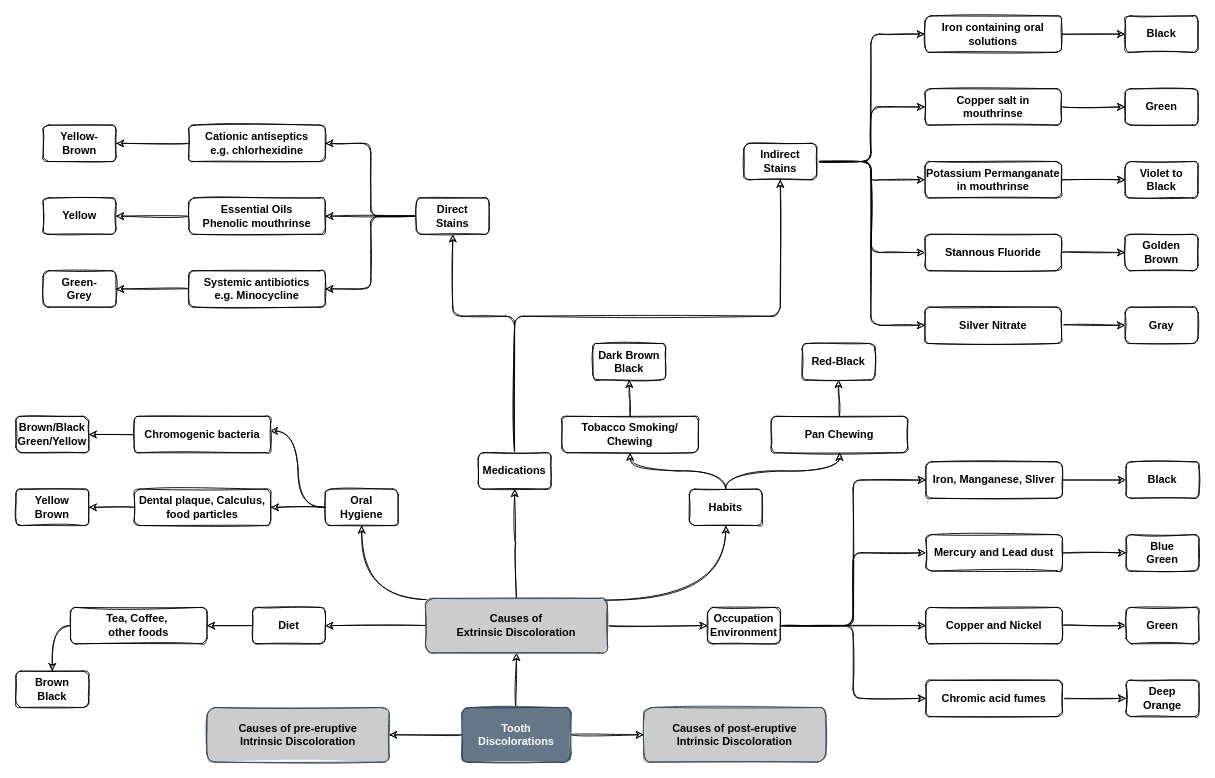
Before: page "Etiology" (2 of 2) of Tooth Discolorations.drawio in Muhammad-Nabeel-Sh/Clinical-Decision-Making, a draw.io diagram. Source tidied: cells renumbered, new cells numbered last; positions are measured from the earlier drawing's top-left corner, leaving out a move shared by most shapes. Both pictures are drawn from the tidied source at 91%, with x=0, y=0 at pixel (15, 15).
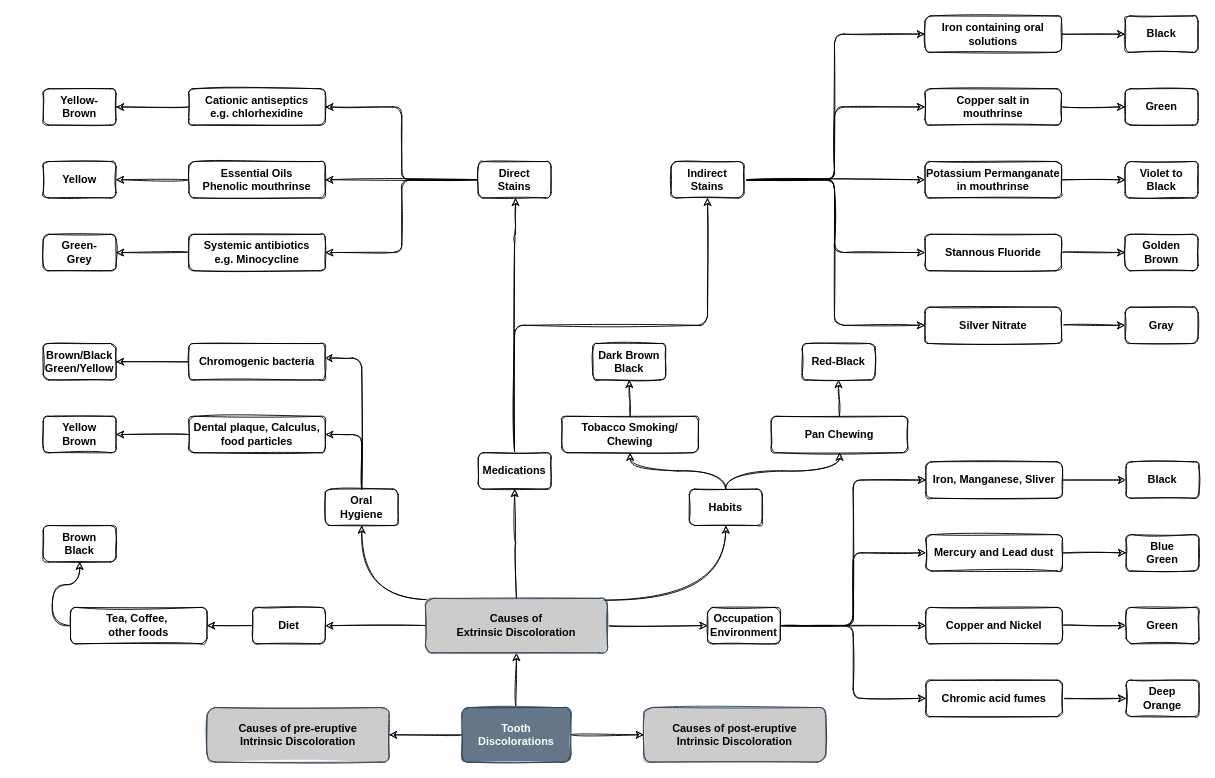
After the change.

The change refers to these unchanged cells:
```xml
<mxCell id="18" value="Oral &lt;br&gt;Hygiene" style="whiteSpace=wrap;html=1;rounded=1;sketch=1;fontStyle=1;" parent="1" vertex="1">
  <mxGeometry x="340" y="520" width="80" height="40" as="geometry" />
</mxCell>
<mxCell id="24" value="Medications" style="whiteSpace=wrap;html=1;rounded=1;sketch=1;fontStyle=1;" parent="1" vertex="1">
  <mxGeometry x="508" y="480" width="80" height="40" as="geometry" />
</mxCell>
```

Diff of the diagram source:
```diff
@@
-    <mxCell id="16" style="edgeStyle=orthogonalEdgeStyle;curved=1;sketch=1;jettySize=auto;html=1;fontSize=16;fontColor=#000000;" parent="1" edge="1" source="18" target="34">
+    <mxCell id="16" style="edgeStyle=orthogonalEdgeStyle;sketch=1;jettySize=auto;html=1;fontSize=16;fontColor=#000000;exitX=0.5;exitY=0;exitDx=0;exitDy=0;entryX=1;entryY=0.5;entryDx=0;entryDy=0;rounded=1;" parent="1" edge="1" source="18" target="34">
       <mxGeometry relative="1" as="geometry" />
     </mxCell>
-    <mxCell id="17" style="edgeStyle=orthogonalEdgeStyle;curved=1;sketch=1;jettySize=auto;html=1;entryX=0.993;entryY=0.4;entryDx=0;entryDy=0;entryPerimeter=0;fontSize=16;fontColor=#000000;" parent="1" edge="1" source="18" target="37">
+    <mxCell id="17" style="edgeStyle=orthogonalEdgeStyle;sketch=1;jettySize=auto;html=1;entryX=0.993;entryY=0.4;entryDx=0;entryDy=0;entryPerimeter=0;fontSize=16;fontColor=#000000;rounded=1;" parent="1" edge="1" source="18" target="37">
       <mxGeometry relative="1" as="geometry" />
     </mxCell>
@@
-    <mxCell id="22" style="edgeStyle=orthogonalEdgeStyle;sketch=1;jettySize=auto;html=1;entryX=0.5;entryY=1;entryDx=0;entryDy=0;fontSize=16;fontColor=#FFFFFF;exitX=0.5;exitY=0;exitDx=0;exitDy=0;rounded=1;" parent="1" edge="1" source="24" target="54">
+    <mxCell id="22" style="edgeStyle=orthogonalEdgeStyle;sketch=1;orthogonalLoop=1;jettySize=auto;html=1;entryX=0.5;entryY=1;entryDx=0;entryDy=0;fontSize=16;fontColor=#FFFFFF;exitX=0.5;exitY=0;exitDx=0;exitDy=0;rounded=1;" parent="1" edge="1">
       <mxGeometry relative="1" as="geometry">
+        <mxPoint x="548" y="480" as="sourcePoint" />
+        <mxPoint x="549" y="200" as="targetPoint" />
         <Array as="points">
-          <mxPoint x="548" y="330" />
-          <mxPoint x="480" y="330" />
+          <mxPoint x="548" y="240" />
         </Array>
       </mxGeometry>
     </mxCell>
@@
     <mxCell id="32" value="Brown&lt;br&gt;Black" style="whiteSpace=wrap;html=1;rounded=1;sketch=1;fontStyle=1;" parent="1" vertex="1">
-      <mxGeometry y="720" width="80" height="40" as="geometry" />
+      <mxGeometry x="30" y="560" width="80" height="40" as="geometry" />
     </mxCell>
@@
     <mxCell id="34" value="Dental plaque, Calculus, food particles" style="whiteSpace=wrap;html=1;rounded=1;sketch=1;fontStyle=1;" parent="1" vertex="1">
-      <mxGeometry x="130" y="520" width="150" height="40" as="geometry" />
+      <mxGeometry x="190" y="440" width="150" height="40" as="geometry" />
     </mxCell>
     <mxCell id="35" value="Yellow&lt;br&gt;Brown" style="whiteSpace=wrap;html=1;rounded=1;sketch=1;fontStyle=1;" parent="1" vertex="1">
-      <mxGeometry y="520" width="80" height="40" as="geometry" />
+      <mxGeometry x="30" y="440" width="80" height="40" as="geometry" />
     </mxCell>
@@
     <mxCell id="37" value="Chromogenic bacteria" style="whiteSpace=wrap;html=1;rounded=1;sketch=1;fontStyle=1;" parent="1" vertex="1">
-      <mxGeometry x="130" y="440" width="150" height="40" as="geometry" />
+      <mxGeometry x="190" y="360" width="150" height="40" as="geometry" />
     </mxCell>
     <mxCell id="38" value="Brown/Black&lt;br&gt;Green/Yellow" style="whiteSpace=wrap;html=1;rounded=1;sketch=1;fontStyle=1;" parent="1" vertex="1">
-      <mxGeometry y="440" width="80" height="40" as="geometry" />
+      <mxGeometry x="30" y="360" width="80" height="40" as="geometry" />
     </mxCell>
@@
     <mxCell id="46" value="Systemic antibiotics&lt;br&gt;e.g. Minocycline" style="whiteSpace=wrap;html=1;rounded=1;sketch=1;fontStyle=1;" parent="1" vertex="1">
-      <mxGeometry x="190" y="280" width="150" height="40" as="geometry" />
+      <mxGeometry x="190" y="240" width="150" height="40" as="geometry" />
     </mxCell>
@@
     <mxCell id="48" value="Essential Oils&lt;br&gt;Phenolic mouthrinse" style="whiteSpace=wrap;html=1;rounded=1;sketch=1;fontStyle=1;" parent="1" vertex="1">
-      <mxGeometry x="190" y="200" width="150" height="40" as="geometry" />
+      <mxGeometry x="190" y="160" width="150" height="40" as="geometry" />
     </mxCell>
@@
     <mxCell id="50" value="Cationic antiseptics&lt;br&gt;e.g. chlorhexidine" style="whiteSpace=wrap;html=1;rounded=1;sketch=1;fontStyle=1;" parent="1" vertex="1">
-      <mxGeometry x="190" y="120" width="150" height="40" as="geometry" />
+      <mxGeometry x="190" y="80" width="150" height="40" as="geometry" />
     </mxCell>
@@
     <mxCell id="54" value="Direct &lt;br&gt;Stains" style="whiteSpace=wrap;html=1;rounded=1;sketch=1;fontStyle=1;" parent="1" vertex="1">
-      <mxGeometry x="440" y="200" width="80" height="40" as="geometry" />
+      <mxGeometry x="508" y="160" width="80" height="40" as="geometry" />
     </mxCell>
@@
     <mxCell id="60" value="Indirect Stains" style="whiteSpace=wrap;html=1;rounded=1;sketch=1;fontStyle=1;" parent="1" vertex="1">
-      <mxGeometry x="800" y="140" width="80" height="40" as="geometry" />
+      <mxGeometry x="720" y="160" width="80" height="40" as="geometry" />
     </mxCell>
     <mxCell id="61" value="Yellow-&lt;br&gt;Brown" style="whiteSpace=wrap;html=1;rounded=1;sketch=1;fontStyle=1;" parent="1" vertex="1">
-      <mxGeometry x="30" y="120" width="80" height="40" as="geometry" />
+      <mxGeometry x="30" y="80" width="80" height="40" as="geometry" />
     </mxCell>
     <mxCell id="62" value="Yellow" style="whiteSpace=wrap;html=1;rounded=1;sketch=1;fontStyle=1;" parent="1" vertex="1">
-      <mxGeometry x="30" y="200" width="80" height="40" as="geometry" />
+      <mxGeometry x="30" y="160" width="80" height="40" as="geometry" />
     </mxCell>
     <mxCell id="63" value="Green-&lt;br&gt;Grey" style="whiteSpace=wrap;html=1;rounded=1;sketch=1;fontStyle=1;" parent="1" vertex="1">
-      <mxGeometry x="30" y="280" width="80" height="40" as="geometry" />
+      <mxGeometry x="30" y="240" width="80" height="40" as="geometry" />
     </mxCell>
```
